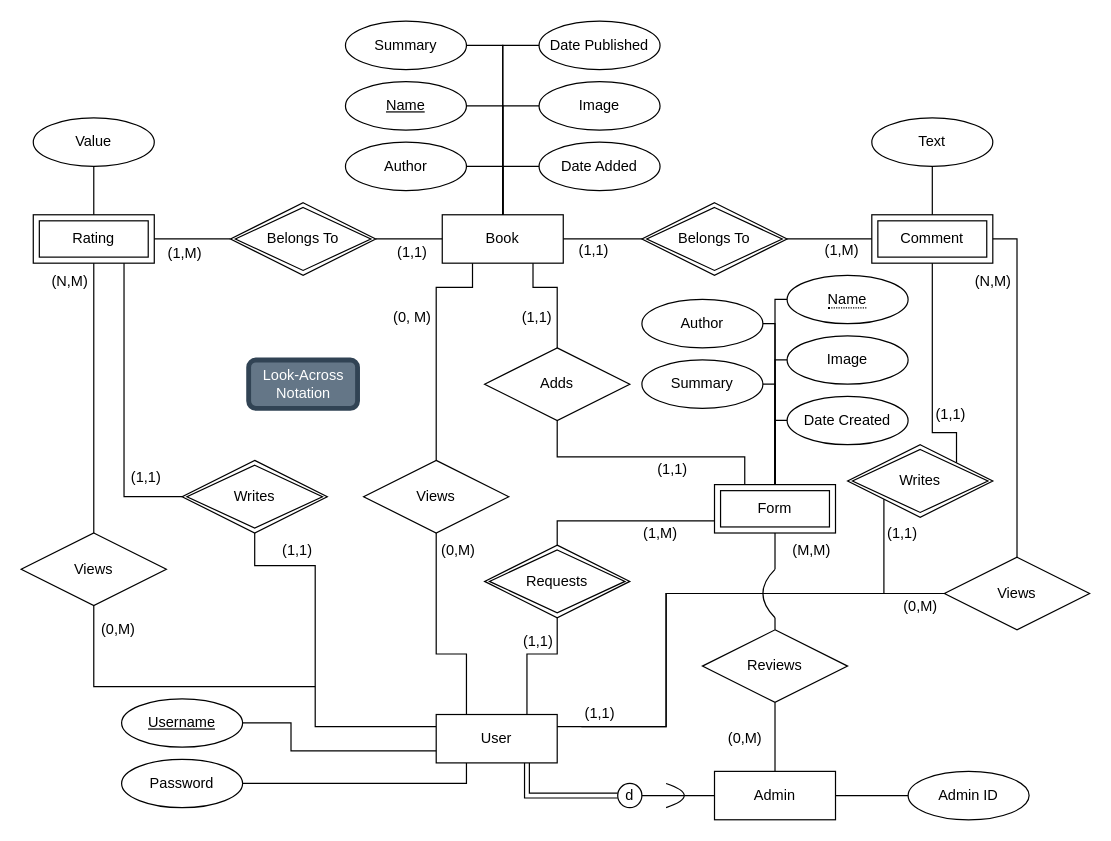
Earlier version of the draw.io diagram BDB Diagram.drawio (theinsurgentarchive/BDB). Source tidied: cells renumbered, new cells numbered last; positions are measured from the earlier drawing's top-left corner, leaving out a move shared by most shapes. Both pictures are drawn from the tidied source at 121%, with x=0, y=0 at pixel (21, 21).
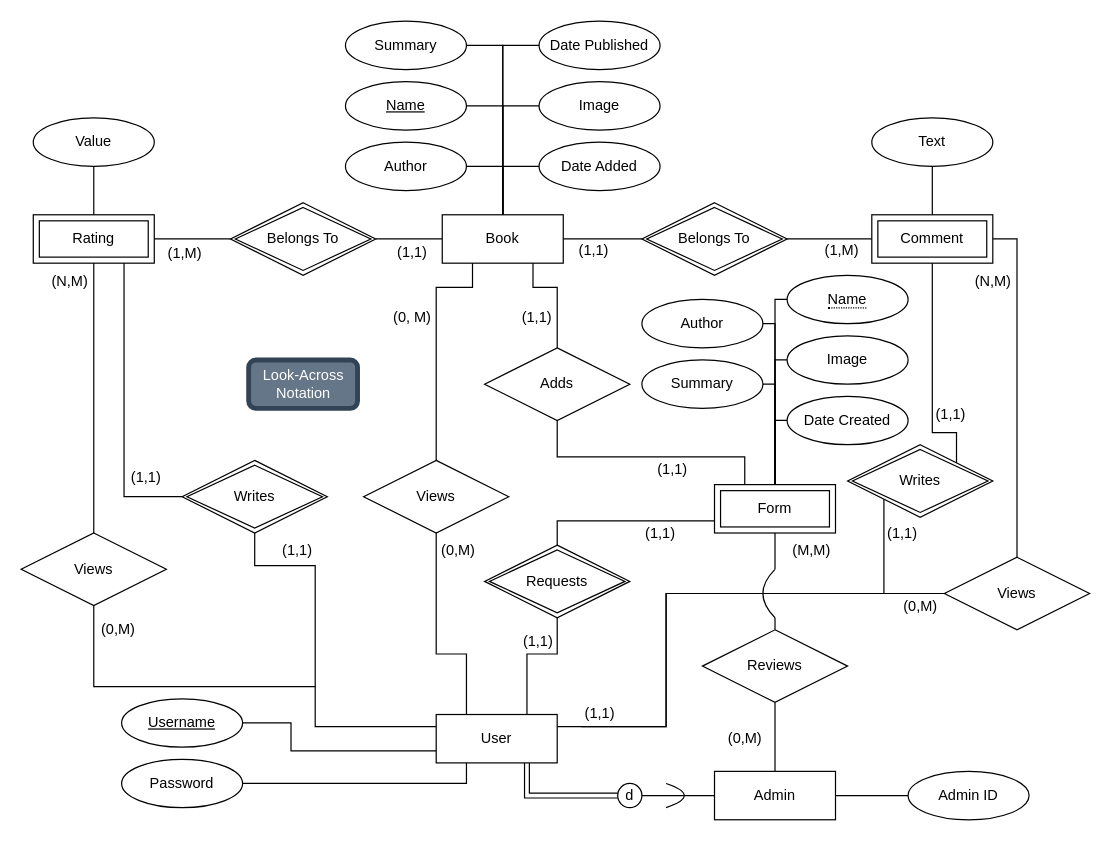
The same diagram, later.

Change to the diagram source:
```diff
@@
-    <mxCell id="94" value="(1,M)" style="text;html=1;align=center;verticalAlign=middle;strokeColor=none;fillColor=none;" parent="1" vertex="1">
+    <mxCell id="94" value="(1,1)" style="text;html=1;align=center;verticalAlign=middle;strokeColor=none;fillColor=none;" parent="1" vertex="1">
       <mxGeometry x="503" y="409" width="50" height="30" as="geometry" />
     </mxCell>
```
